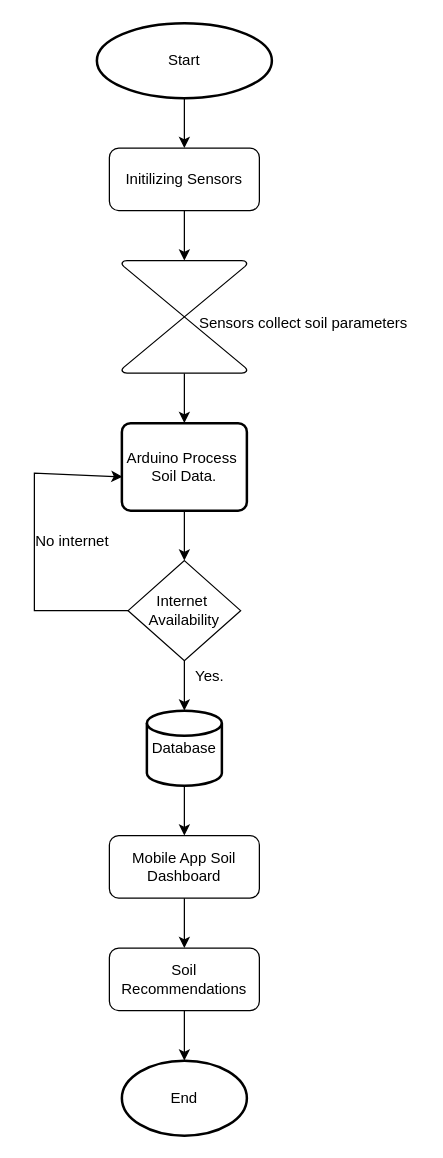
Before: page "Page-5" (4 of 4) of soil_suitability/Usecase diagram.drawio in mbilinyijustin/new_begin, a draw.io diagram. Source tidied: cells renumbered, new cells numbered last; positions are measured from the earlier drawing's top-left corner, leaving out a move shared by most shapes. Both pictures are drawn from the tidied source at 125%, with x=0, y=0 at pixel (21, 22).
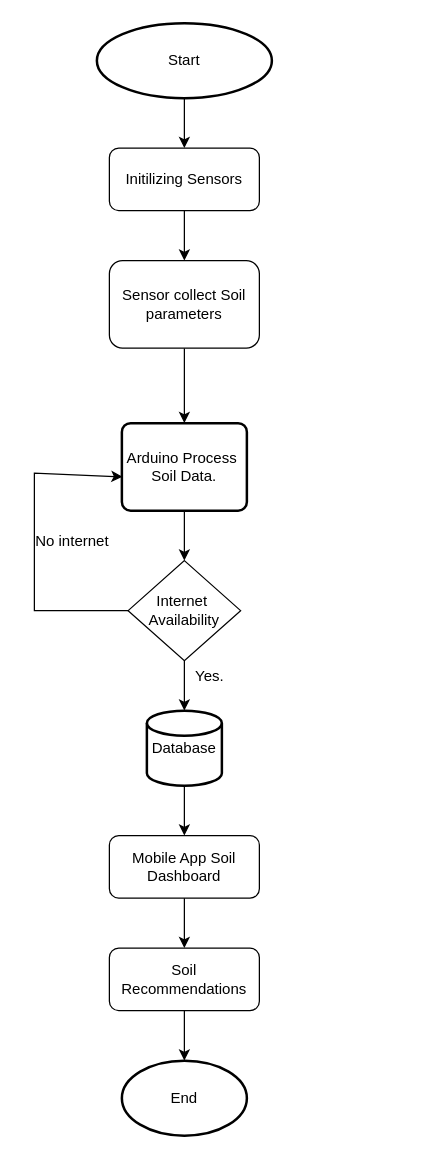
The same diagram, later.

Change to the diagram source:
```diff
@@
-    <mxCell id="6" value="Sensors collect soil parameters" style="text;html=1;align=center;verticalAlign=middle;strokeColor=none;fillColor=none;" parent="1" vertex="1">
-      <mxGeometry x="130" y="225" width="190" height="30" as="geometry" />
-    </mxCell>
-    <mxCell id="7" style="endArrow=classic;html=1;rounded=0;exitX=0.5;exitY=1;exitDx=0;exitDy=0;" parent="1" edge="1" source="10">
+    <mxCell id="7" style="endArrow=classic;html=1;rounded=0;" parent="1" edge="1" source="24">
       <mxGeometry relative="1" as="geometry">
         <mxPoint x="130" y="320" as="targetPoint" />
       </mxGeometry>
     </mxCell>
@@
-    <mxCell id="9" style="endArrow=classic;html=1;rounded=0;exitX=0.5;exitY=1;exitDx=0;exitDy=0;" parent="1" edge="1" target="10">
+    <mxCell id="9" style="endArrow=classic;html=1;rounded=0;exitX=0.5;exitY=1;exitDx=0;exitDy=0;" parent="1" edge="1">
       <mxGeometry relative="1" as="geometry">
         <mxPoint x="130" y="280" as="sourcePoint" />
+        <mxPoint x="130" y="280" as="targetPoint" />
       </mxGeometry>
     </mxCell>
-    <mxCell id="10" style="verticalLabelPosition=bottom;verticalAlign=top;html=1;shape=mxgraph.flowchart.collate;" parent="1" vertex="1">
-      <mxGeometry x="80" y="190" width="100" height="90" as="geometry" />
-    </mxCell>
@@
+    <mxCell id="24" value="Sensor collect Soil&lt;div&gt;parameters&lt;/div&gt;" style="rounded=1;whiteSpace=wrap;html=1;" parent="1" vertex="1">
+      <mxGeometry x="70" y="190" width="120" height="70" as="geometry" />
+    </mxCell>
```
